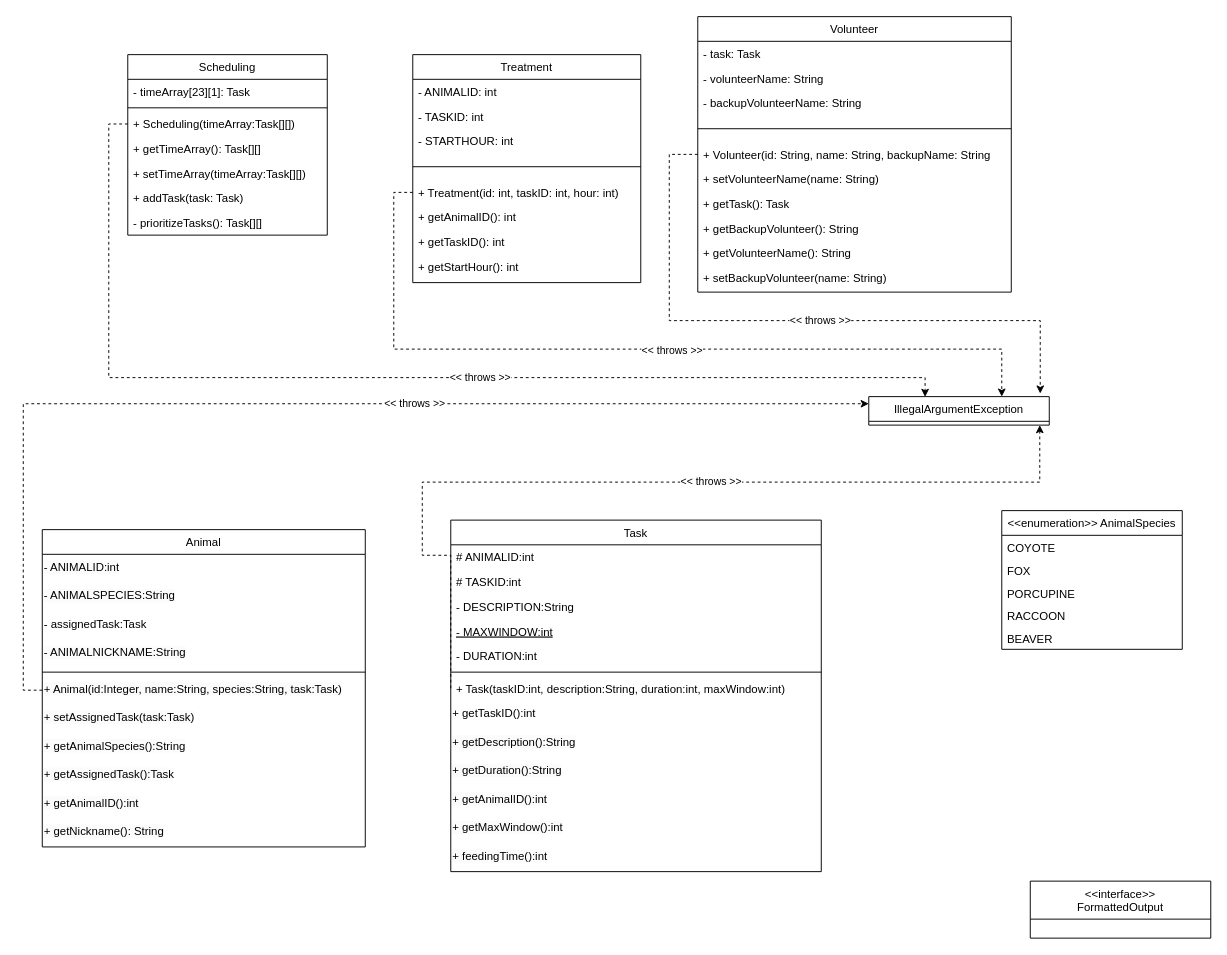
Before: Project-UML.drawio in arminsandhu/ZooKeeper-Scheduler, a draw.io diagram. Source tidied: cells renumbered, new cells numbered last; positions are measured from the earlier drawing's top-left corner, leaving out a move shared by most shapes. Both pictures are drawn from the tidied source at 95%, with x=0, y=0 at pixel (42, 16).
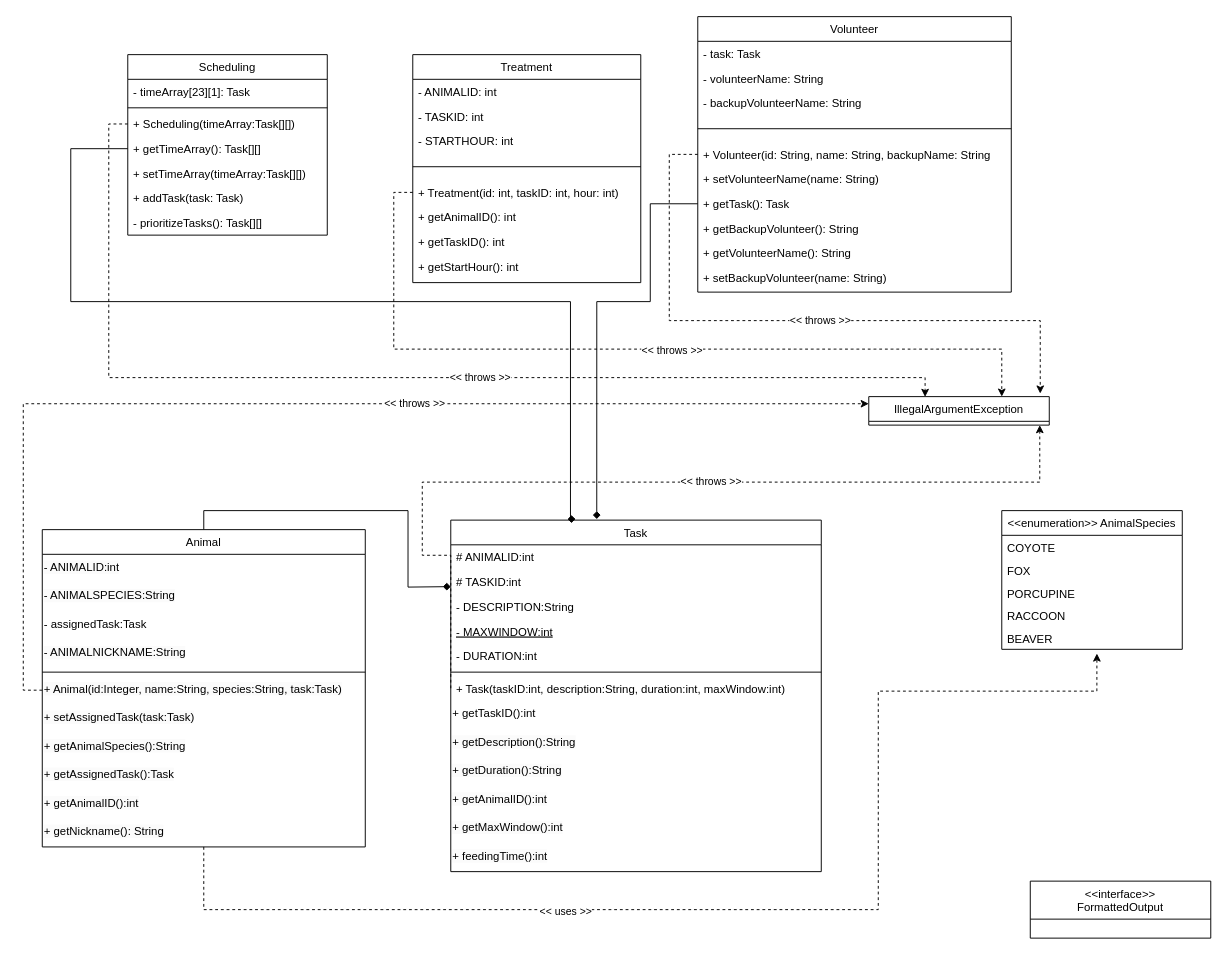
Above is the later version.

The change refers to these unchanged cells:
```xml
<mxCell id="6" value="+ getTimeArray(): Task[][]" style="text;align=left;verticalAlign=top;spacingLeft=4;spacingRight=4;overflow=hidden;points=[[0,0.5],[1,0.5]];portConstraint=eastwest;" parent="2" vertex="1">
  <mxGeometry y="86" width="210" height="26" as="geometry" />
</mxCell>
<mxCell id="17" value="+ getTask(): Task" style="text;align=left;verticalAlign=top;spacingLeft=4;spacingRight=4;overflow=hidden;points=[[0,0.5],[1,0.5]];portConstraint=eastwest;" parent="10" vertex="1">
  <mxGeometry y="184" width="330" height="26" as="geometry" />
</mxCell>
<mxCell id="36" value="BEAVER" style="text;align=left;verticalAlign=top;spacingLeft=4;spacingRight=4;overflow=hidden;points=[[0,0.5],[1,0.5]];portConstraint=eastwest;" parent="31" vertex="1">
  <mxGeometry y="122" width="190" height="24" as="geometry" />
</mxCell>
<mxCell id="37" value="Task" style="swimlane;fontStyle=0;align=center;verticalAlign=top;horizontal=1;startSize=26;rounded=0;shadow=0;strokeWidth=1;" parent="1" vertex="1">
  <mxGeometry x="430" y="530" width="390" height="370" as="geometry" />
</mxCell>
<mxCell id="51" value="Animal" style="swimlane;fontStyle=0;align=center;verticalAlign=top;horizontal=1;startSize=26;rounded=0;shadow=0;strokeWidth=1;" parent="1" vertex="1">
  <mxGeometry y="540" width="340" height="334" as="geometry" />
</mxCell>
<mxCell id="62" value="&lt;span style=&quot;color: rgb(0, 0, 0); font-family: Helvetica; font-size: 12px; font-style: normal; font-variant-ligatures: normal; font-variant-caps: normal; font-weight: 400; letter-spacing: normal; orphans: 2; text-align: left; text-indent: 0px; text-transform: none; widows: 2; word-spacing: 0px; -webkit-text-stroke-width: 0px; background-color: rgb(251, 251, 251); text-decoration-thickness: initial; text-decoration-style: initial; text-decoration-color: initial; float: none; display: inline !important;&quot;&gt;+ getNickname(): String&lt;/span&gt;" style="text;whiteSpace=wrap;html=1;" parent="51" vertex="1">
  <mxGeometry y="304" width="340" height="30" as="geometry" />
</mxCell>
```

What changed in the source:
```diff
@@
+    <mxCell id="74" style="edgeStyle=orthogonalEdgeStyle;rounded=0;jettySize=auto;html=1;exitX=0.5;exitY=0;exitDx=0;exitDy=0;endArrow=diamond;endFill=1;" parent="1" edge="1" source="51">
+      <mxGeometry relative="1" as="geometry">
+        <mxPoint x="430" y="600" as="targetPoint" />
+      </mxGeometry>
+    </mxCell>
@@
+    <mxCell id="75" style="edgeStyle=orthogonalEdgeStyle;rounded=0;jettySize=auto;html=1;exitX=0.5;exitY=1;exitDx=0;exitDy=0;entryX=0.527;entryY=1.184;entryDx=0;entryDy=0;entryPerimeter=0;dashed=1;" parent="1" edge="1" source="62" target="36">
+      <mxGeometry relative="1" as="geometry">
+        <Array as="points">
+          <mxPoint x="170" y="940" />
+          <mxPoint x="880" y="940" />
+          <mxPoint x="880" y="710" />
+          <mxPoint x="1110" y="710" />
+        </Array>
+      </mxGeometry>
+    </mxCell>
+    <mxCell id="76" value="&amp;lt;&amp;lt; uses &amp;gt;&amp;gt;" style="edgeLabel;html=1;align=center;verticalAlign=middle;" parent="75" vertex="1">
+      <mxGeometry x="-0.3" y="-1" relative="1" as="geometry" />
+    </mxCell>
+    <mxCell id="77" style="edgeStyle=orthogonalEdgeStyle;rounded=0;jettySize=auto;html=1;exitX=0;exitY=0.5;exitDx=0;exitDy=0;entryX=0.394;entryY=-0.003;entryDx=0;entryDy=0;entryPerimeter=0;endArrow=diamond;endFill=1;" parent="1" edge="1" source="17" target="37">
+      <mxGeometry relative="1" as="geometry">
+        <Array as="points">
+          <mxPoint x="640" y="197" />
+          <mxPoint x="640" y="300" />
+          <mxPoint x="584" y="300" />
+        </Array>
+      </mxGeometry>
+    </mxCell>
+    <mxCell id="78" style="edgeStyle=orthogonalEdgeStyle;rounded=0;jettySize=auto;html=1;exitX=0;exitY=0.5;exitDx=0;exitDy=0;entryX=0.315;entryY=-0.003;entryDx=0;entryDy=0;entryPerimeter=0;endArrow=diamond;endFill=1;" parent="1" edge="1" source="6" target="37">
+      <mxGeometry relative="1" as="geometry">
+        <Array as="points">
+          <mxPoint x="30" y="139" />
+          <mxPoint x="30" y="300" />
+          <mxPoint x="556" y="300" />
+          <mxPoint x="556" y="529" />
+        </Array>
+      </mxGeometry>
+    </mxCell>
```
